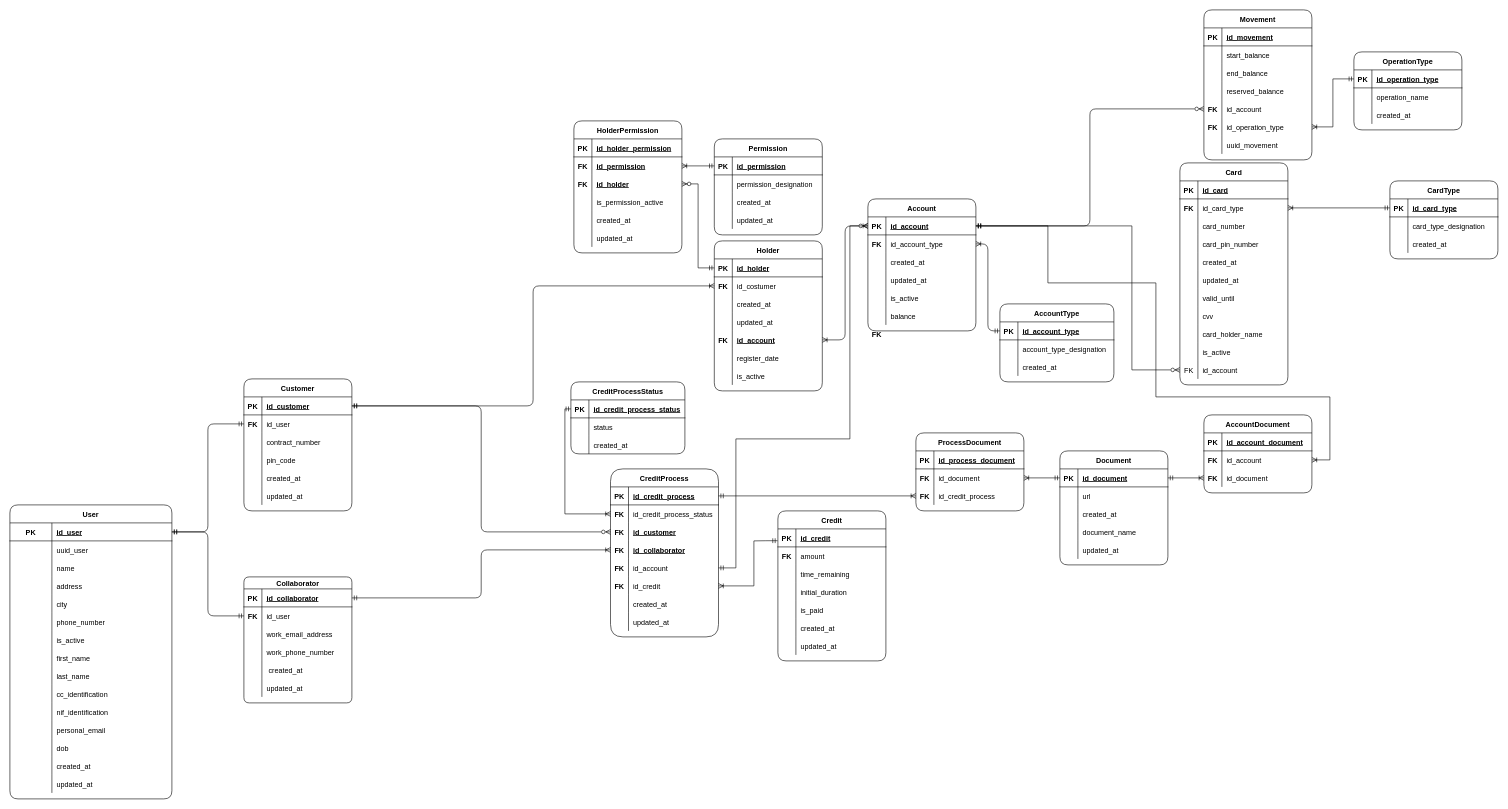
Before: page "Modelo Relacional" (2 of 2) of Untitled Diagram.drawio in pedro7161/Ciencia_dos_Dados_TP1_Base-de-dados, a draw.io diagram. Source tidied: cells renumbered, new cells numbered last; positions are measured from the earlier drawing's top-left corner, leaving out a move shared by most shapes. Both pictures are drawn from the tidied source at 60%, with x=0, y=0 at pixel (10, 10).
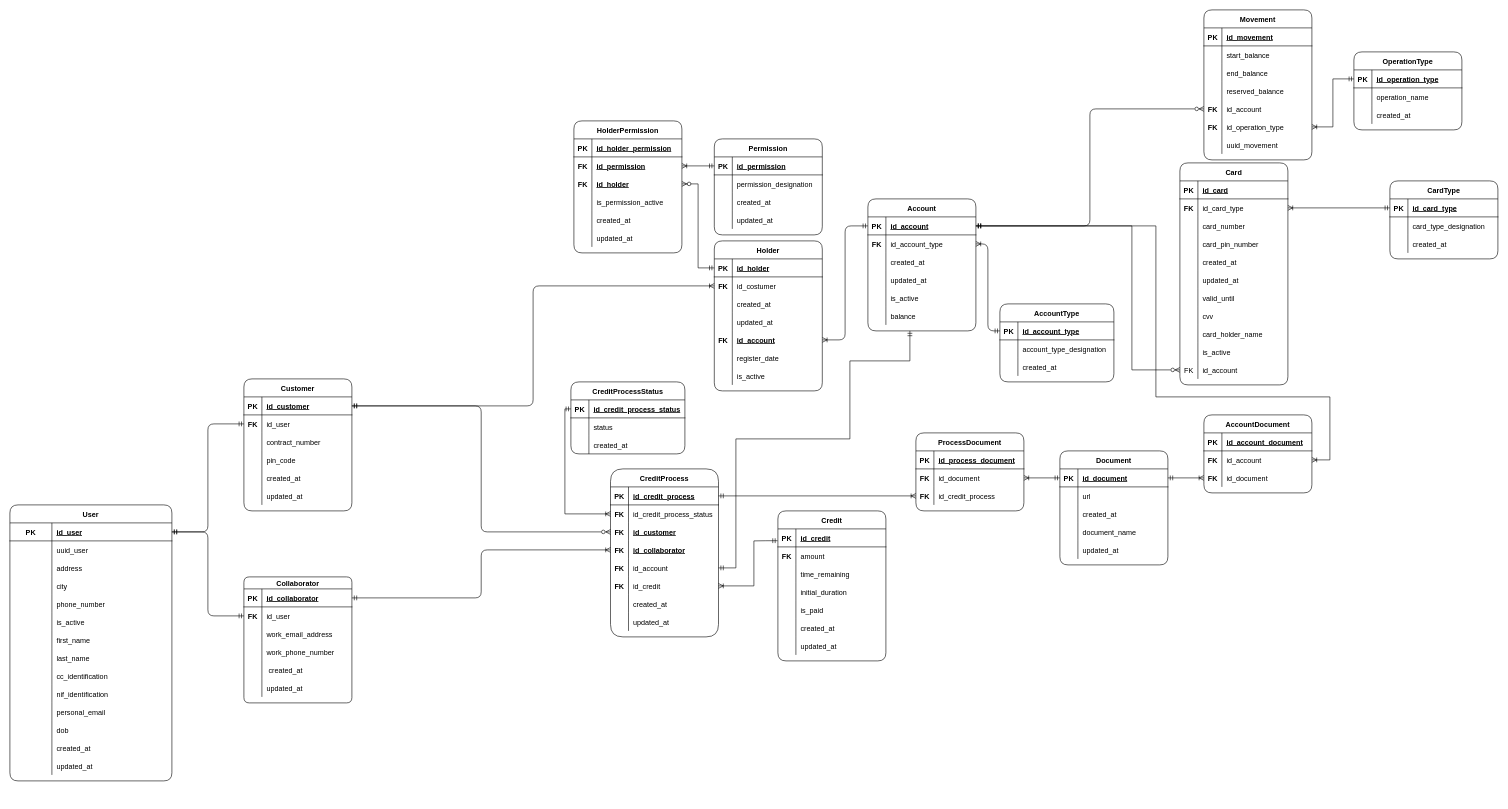
After the change.

The change refers to these unchanged cells:
```xml
<mxCell id="47" style="shape=tableRow;horizontal=0;startSize=0;swimlaneHead=0;swimlaneBody=0;fillColor=none;points=[[0,0.5],[1,0.5]];portConstraint=eastwest;top=0;left=0;right=0;bottom=0;rounded=1;" parent="34" vertex="1">
  <mxGeometry y="150" width="180" height="30" as="geometry" />
</mxCell>
<mxCell id="70" style="shape=tableRow;horizontal=0;startSize=0;swimlaneHead=0;swimlaneBody=0;fillColor=none;points=[[0,0.5],[1,0.5]];portConstraint=eastwest;top=0;left=0;right=0;bottom=1;rounded=1;" parent="69" vertex="1">
  <mxGeometry y="30" width="180" height="30" as="geometry" />
</mxCell>
<mxCell id="139" style="shape=tableRow;horizontal=0;startSize=0;swimlaneHead=0;swimlaneBody=0;fillColor=none;points=[[0,0.5],[1,0.5]];portConstraint=eastwest;top=0;left=0;right=0;bottom=0;rounded=1;" parent="126" vertex="1">
  <mxGeometry y="150" width="180" height="30" as="geometry" />
</mxCell>
<mxCell id="356" style="shape=tableRow;horizontal=0;startSize=0;swimlaneHead=0;swimlaneBody=0;fillColor=none;points=[[0,0.5],[1,0.5]];portConstraint=eastwest;top=0;left=0;right=0;bottom=0;rounded=1;" parent="352" vertex="1">
  <mxGeometry y="60" width="180" height="30" as="geometry" />
</mxCell>
```

The edit, as a diff of the source:
```diff
@@
     <mxCell id="151" value="User" style="shape=table;startSize=30;childLayout=tableLayout;rowLines=0;fontStyle=1;align=center;rounded=1;" parent="1" vertex="1">
-      <mxGeometry y="825" width="270" height="490" as="geometry" />
+      <mxGeometry y="825" width="270" height="460" as="geometry" />
     </mxCell>
@@
-    <mxCell id="158" style="shape=tableRow;horizontal=0;startSize=0;swimlaneHead=0;swimlaneBody=0;fillColor=none;top=0;left=0;right=0;bottom=0;rounded=1;" parent="151" vertex="1">
-      <mxGeometry y="90" width="270" height="30" as="geometry" />
-    </mxCell>
-    <mxCell id="159" style="shape=partialRectangle;fillColor=none;top=0;left=0;bottom=0;right=0;overflow=hidden;rounded=1;" parent="158" vertex="1">
-      <mxGeometry width="70" height="30" as="geometry" />
-    </mxCell>
-    <mxCell id="160" value="name" style="shape=partialRectangle;fillColor=none;top=0;left=0;bottom=0;right=0;align=left;spacingLeft=6;overflow=hidden;backgroundOutline=0;rounded=1;" parent="158" vertex="1">
-      <mxGeometry x="70" width="200" height="30" as="geometry" />
-    </mxCell>
     <mxCell id="161" style="shape=tableRow;horizontal=0;startSize=0;swimlaneHead=0;swimlaneBody=0;fillColor=none;top=0;left=0;right=0;bottom=0;rounded=1;" parent="151" vertex="1">
-      <mxGeometry y="120" width="270" height="30" as="geometry" />
+      <mxGeometry y="90" width="270" height="30" as="geometry" />
     </mxCell>
@@
     <mxCell id="164" style="shape=tableRow;horizontal=0;startSize=0;swimlaneHead=0;swimlaneBody=0;fillColor=none;top=0;left=0;right=0;bottom=0;rounded=1;" parent="151" vertex="1">
-      <mxGeometry y="150" width="270" height="30" as="geometry" />
+      <mxGeometry y="120" width="270" height="30" as="geometry" />
     </mxCell>
@@
     <mxCell id="167" style="shape=tableRow;horizontal=0;startSize=0;swimlaneHead=0;swimlaneBody=0;fillColor=none;top=0;left=0;right=0;bottom=0;rounded=1;" parent="151" vertex="1">
-      <mxGeometry y="180" width="270" height="30" as="geometry" />
+      <mxGeometry y="150" width="270" height="30" as="geometry" />
     </mxCell>
@@
     <mxCell id="170" style="shape=tableRow;horizontal=0;startSize=0;swimlaneHead=0;swimlaneBody=0;fillColor=none;top=0;left=0;right=0;bottom=0;rounded=1;" parent="151" vertex="1">
-      <mxGeometry y="210" width="270" height="30" as="geometry" />
+      <mxGeometry y="180" width="270" height="30" as="geometry" />
     </mxCell>
@@
     <mxCell id="173" style="shape=tableRow;horizontal=0;startSize=0;swimlaneHead=0;swimlaneBody=0;fillColor=none;top=0;left=0;right=0;bottom=0;rounded=1;" parent="151" vertex="1">
-      <mxGeometry y="240" width="270" height="30" as="geometry" />
+      <mxGeometry y="210" width="270" height="30" as="geometry" />
     </mxCell>
@@
     <mxCell id="176" style="shape=tableRow;horizontal=0;startSize=0;swimlaneHead=0;swimlaneBody=0;fillColor=none;top=0;left=0;right=0;bottom=0;rounded=1;" parent="151" vertex="1">
-      <mxGeometry y="270" width="270" height="30" as="geometry" />
+      <mxGeometry y="240" width="270" height="30" as="geometry" />
     </mxCell>
@@
     <mxCell id="179" style="shape=tableRow;horizontal=0;startSize=0;swimlaneHead=0;swimlaneBody=0;fillColor=none;top=0;left=0;right=0;bottom=0;rounded=1;" parent="151" vertex="1">
-      <mxGeometry y="300" width="270" height="30" as="geometry" />
+      <mxGeometry y="270" width="270" height="30" as="geometry" />
     </mxCell>
@@
     <mxCell id="182" style="shape=tableRow;horizontal=0;startSize=0;swimlaneHead=0;swimlaneBody=0;fillColor=none;top=0;left=0;right=0;bottom=0;rounded=1;" parent="151" vertex="1">
-      <mxGeometry y="330" width="270" height="30" as="geometry" />
+      <mxGeometry y="300" width="270" height="30" as="geometry" />
     </mxCell>
@@
     <mxCell id="185" style="shape=tableRow;horizontal=0;startSize=0;swimlaneHead=0;swimlaneBody=0;fillColor=none;top=0;left=0;right=0;bottom=0;rounded=1;" parent="151" vertex="1">
-      <mxGeometry y="360" width="270" height="30" as="geometry" />
+      <mxGeometry y="330" width="270" height="30" as="geometry" />
     </mxCell>
@@
     <mxCell id="188" style="shape=tableRow;horizontal=0;startSize=0;swimlaneHead=0;swimlaneBody=0;fillColor=none;top=0;left=0;right=0;bottom=0;rounded=1;" parent="151" vertex="1">
-      <mxGeometry y="390" width="270" height="30" as="geometry" />
+      <mxGeometry y="360" width="270" height="30" as="geometry" />
     </mxCell>
@@
     <mxCell id="191" style="shape=tableRow;horizontal=0;startSize=0;swimlaneHead=0;swimlaneBody=0;fillColor=none;top=0;left=0;right=0;bottom=0;rounded=1;" parent="151" vertex="1">
-      <mxGeometry y="420" width="270" height="30" as="geometry" />
+      <mxGeometry y="390" width="270" height="30" as="geometry" />
     </mxCell>
@@
     <mxCell id="194" style="shape=tableRow;horizontal=0;startSize=0;swimlaneHead=0;swimlaneBody=0;fillColor=none;top=0;left=0;right=0;bottom=0;rounded=1;" parent="151" vertex="1">
-      <mxGeometry y="450" width="270" height="30" as="geometry" />
+      <mxGeometry y="420" width="270" height="30" as="geometry" />
     </mxCell>
@@
-    <mxCell id="202" style="edgeStyle=orthogonalEdgeStyle;jettySize=auto;html=1;endArrow=ERoneToMany;endFill=0;entryX=0;entryY=0.5;entryDx=0;entryDy=0;startArrow=ERoneToMany;startFill=0;" parent="1" edge="1" source="47" target="70">
+    <mxCell id="202" style="edgeStyle=orthogonalEdgeStyle;jettySize=auto;html=1;endArrow=ERmandOne;endFill=0;entryX=0;entryY=0.5;entryDx=0;entryDy=0;startArrow=ERoneToMany;startFill=0;" parent="1" edge="1" source="47" target="70">
       <mxGeometry relative="1" as="geometry" />
     </mxCell>
@@
     <mxCell id="363" style="rounded=0;jettySize=auto;html=1;entryX=1;entryY=0.5;entryDx=0;entryDy=0;startArrow=ERoneToMany;startFill=0;endArrow=ERmandOne;endFill=0;exitX=1;exitY=0.5;exitDx=0;exitDy=0;edgeStyle=orthogonalEdgeStyle;" parent="1" edge="1" source="356" target="70">
       <mxGeometry relative="1" as="geometry">
         <Array as="points">
           <mxPoint x="2200" y="750" />
           <mxPoint x="2200" y="645" />
           <mxPoint x="1910" y="645" />
-          <mxPoint x="1910" y="455" />
-          <mxPoint x="1730" y="455" />
-          <mxPoint x="1730" y="360" />
+          <mxPoint x="1910" y="360" />
         </Array>
       </mxGeometry>
     </mxCell>
@@
-    <mxCell id="374" value="FK" style="shape=partialRectangle;fillColor=none;top=0;left=0;bottom=0;right=0;fontStyle=1;overflow=hidden;rounded=1;" parent="1" vertex="1">
-      <mxGeometry x="1430" y="525" width="30" height="30" as="geometry" />
-    </mxCell>
@@
-    <mxCell id="376" style="edgeStyle=orthogonalEdgeStyle;fontSize=12;html=1;endArrow=ERmandOne;startArrow=ERzeroToMany;rounded=0;strokeColor=default;endFill=0;startFill=0;exitX=0;exitY=0.5;exitDx=0;exitDy=0;entryX=1;entryY=0.5;entryDx=0;entryDy=0;" parent="1" edge="1" source="70" target="139">
+    <mxCell id="376" style="edgeStyle=orthogonalEdgeStyle;fontSize=12;html=1;endArrow=ERmandOne;startArrow=ERmandOne;rounded=0;strokeColor=default;endFill=0;startFill=0;entryX=1;entryY=0.5;entryDx=0;entryDy=0;" parent="1" edge="1" target="139">
       <mxGeometry relative="1" as="geometry">
+        <mxPoint x="1500" y="535" as="sourcePoint" />
         <Array as="points">
-          <mxPoint x="1400" y="360" />
+          <mxPoint x="1500" y="585" />
+          <mxPoint x="1400" y="585" />
           <mxPoint x="1400" y="715" />
           <mxPoint x="1210" y="715" />
           <mxPoint x="1210" y="930" />
         </Array>
       </mxGeometry>
     </mxCell>
```
